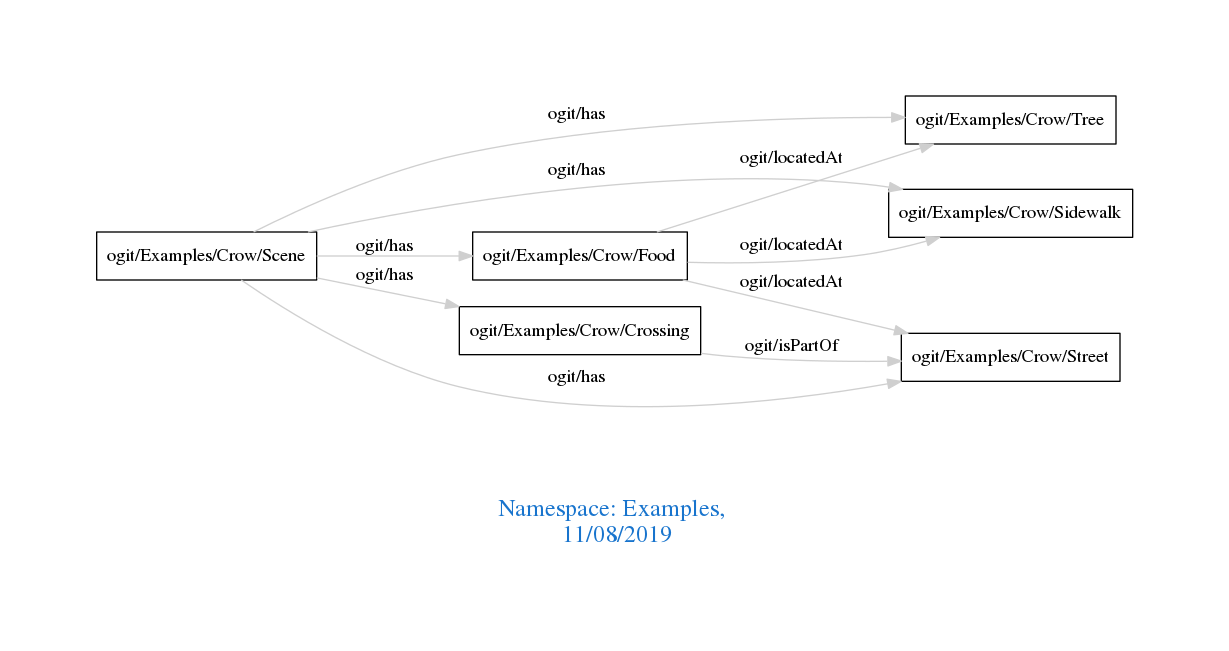
The Graphviz diagram downloads/Examples.png in arago/OGIT, before a commit. Its source is kept beside it as downloads/Examples.dot.
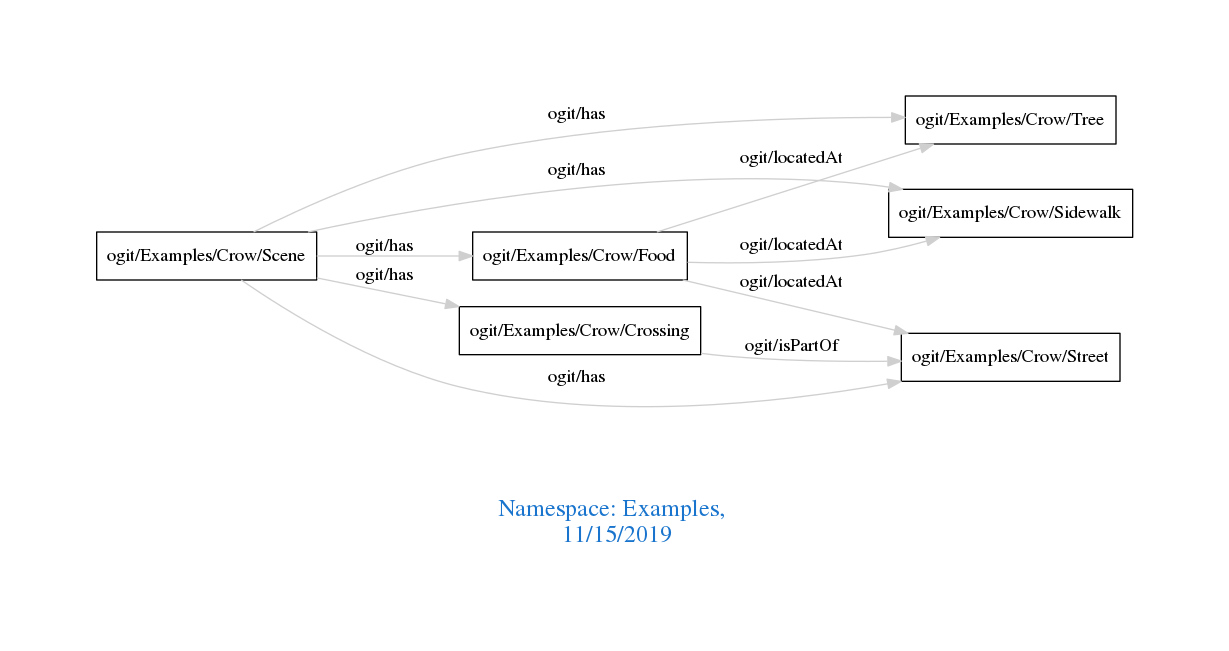
After the change.

Diff of the diagram source:
```diff
@@ -1,7 +1,7 @@
 digraph OGIT_ontology {
  graph [ rankdir= LR,pad=1
 fontsize = 18,
-fontcolor= dodgerblue3,label = "\n\n\nNamespace: Examples, \n 11/08/2019"];
+fontcolor= dodgerblue3,label = "\n\n\nNamespace: Examples, \n 11/15/2019"];
 node[shape=polygon];
 edge [  color="gray81"];
 
```
